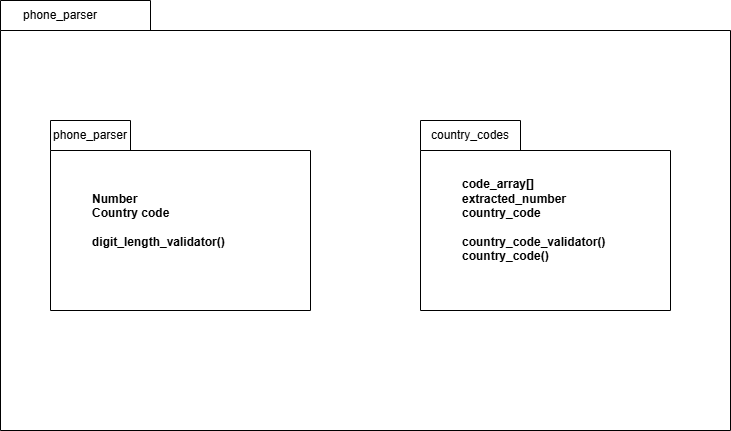
Before: pruebas/Phone parser package diagram.drawio.png, a diagram exported from draw.io (anderesor-star/pruebas). Source tidied: cells renumbered, new cells last; positions are measured from the earlier drawing's top-left corner, leaving out a move shared by most shapes.
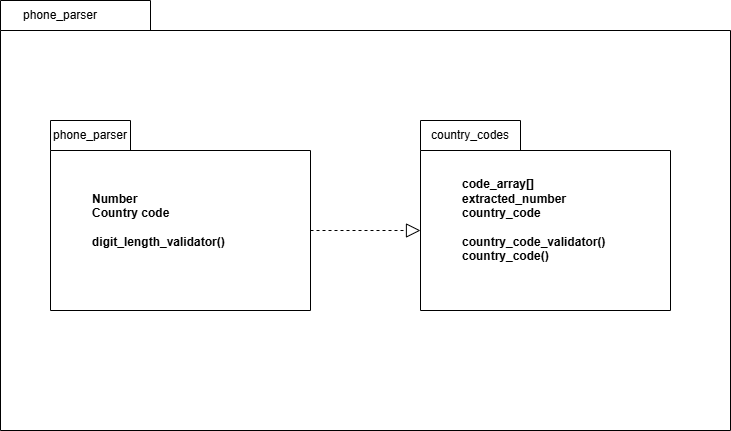
After the commit.

What changed in the source:
```diff
@@ -20,5 +20,8 @@
     <mxCell id="7" value="country_codes" style="text;html=1;whiteSpace=wrap;strokeColor=none;fillColor=none;align=center;verticalAlign=middle;rounded=0;" parent="1" vertex="1">
       <mxGeometry x="440" y="120" width="60" height="30" as="geometry" />
     </mxCell>
+    <mxCell id="8" style="endArrow=block;dashed=1;endFill=0;endSize=12;html=1;rounded=0;exitX=0;exitY=0;exitDx=260;exitDy=110;exitPerimeter=0;entryX=0;entryY=0;entryDx=0;entryDy=110;entryPerimeter=0;" parent="1" edge="1" source="3" target="6">
+      <mxGeometry relative="1" as="geometry" />
+    </mxCell>
   </root>
 </mxGraphModel>
```
